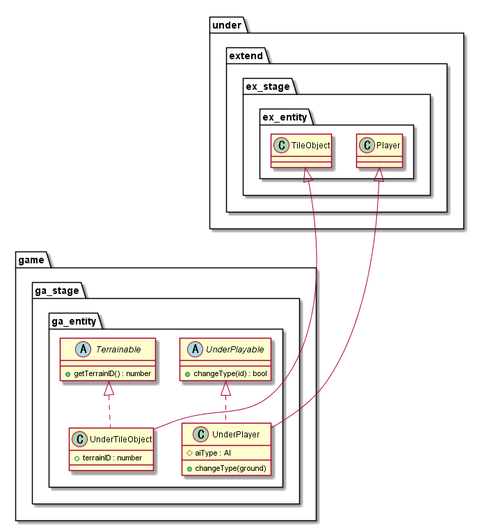
Earlier version of the PlantUML export out/uml/entity/Game/EntityGame.png (Expine/Under).
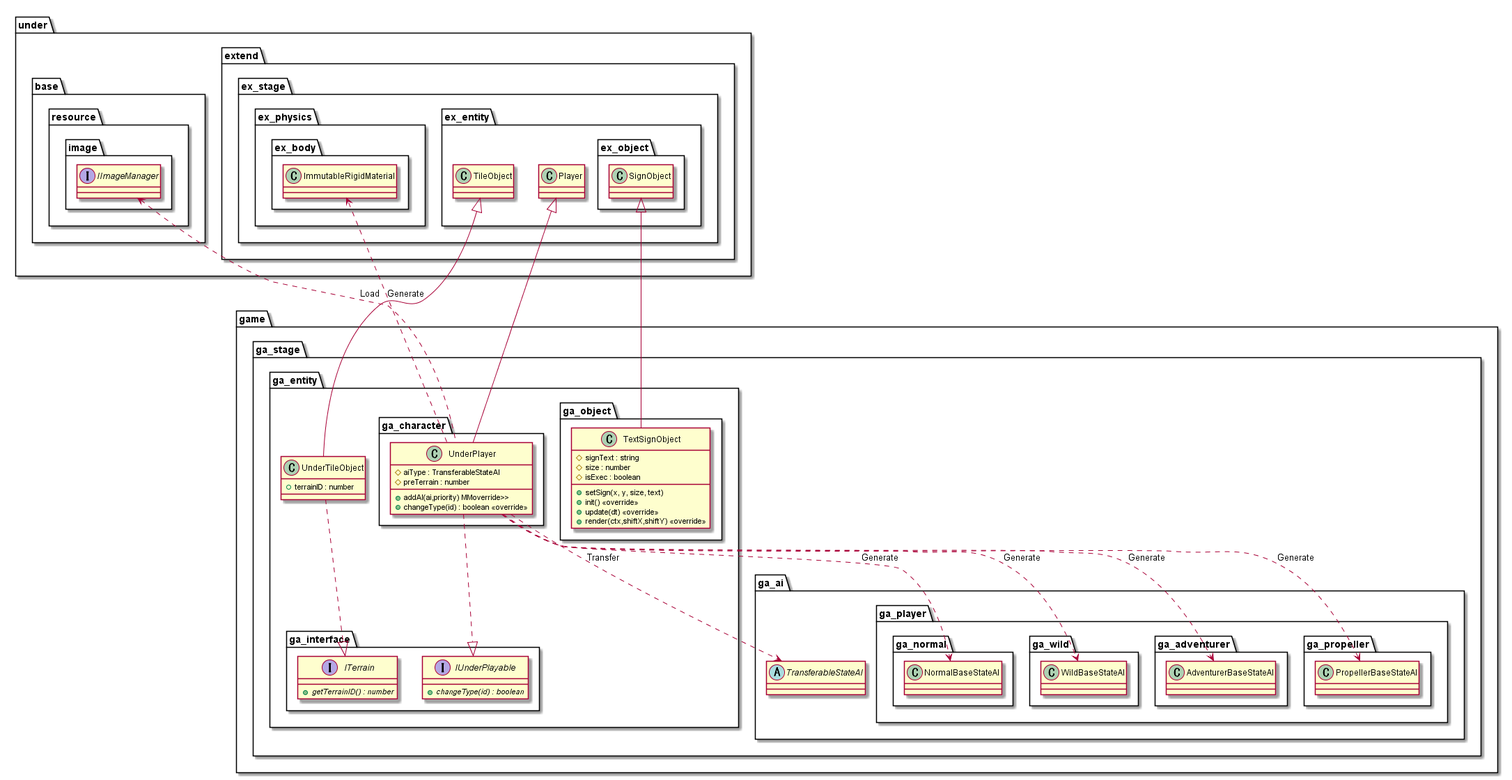
The same file after the commit.

The edit, as a diff of the source:
```diff
@@ -2,37 +2,100 @@
 package game {
     package ga_stage {
         package ga_entity {
-            class UnderPlayer {
-                #aiType : AI
-                +changeType(ground)
-            }
             class UnderTileObject {
                 +terrainID : number
             }
-            abstract UnderPlayable {
-                +changeType(id) : bool
+            package ga_character {
+                class UnderPlayer {
+                    #aiType : TransferableStateAI
+                    #preTerrain : number
+                    +addAI(ai,priority) MMoverride>>
+                    +changeType(id) : boolean <<override>>
+                }
             }
-            abstract Terrainable {
-                +getTerrainID() : number
+            package ga_object {
+                class TextSignObject {
+                    #signText : string
+                    #size : number
+                    #isExec : boolean
+                    +setSign(x, y, size, text)
+                    +init() <<override>>
+                    +update(dt) <<override>>
+                    +render(ctx,shiftX,shiftY) <<override>>
+                }
+            }
+            package ga_interface {
+                interface ITerrain {
+                    {abstract} +getTerrainID() : number
+                }
+                interface IUnderPlayable {
+                    {abstract} +changeType(id) : boolean
+                }
             }
         }
     }
 }
 
 package under {
+    package base {
+        package resource {
+            package image {
+                interface IImageManager
+            }
+        }
+    }
     package extend {
         package ex_stage {
             package ex_entity {
                 class TileObject
                 class Player
+                package ex_object {
+                    class SignObject
+                }
+            }
+            package ex_physics {
+                package ex_body {
+                    class ImmutableRigidMaterial
+                }
+            }
+        }
+    }
+}
+package game {
+    package ga_stage {
+        package ga_ai {
+            abstract TransferableStateAI
+            package ga_player {
+                package ga_normal {
+                    class NormalBaseStateAI
+                }
+                package ga_wild {
+                    class WildBaseStateAI
+                }
+                package ga_adventurer {
+                    class AdventurerBaseStateAI
+                }
+                package ga_propeller {
+                    class PropellerBaseStateAI
+                }
             }
         }
     }
 }
 
-Player <|---- UnderPlayer
-UnderPlayable <|.. UnderPlayer
-TileObject <|---- UnderTileObject
-Terrainable <|.. UnderTileObject
+UnderPlayer ..> WildBaseStateAI : Generate
+UnderPlayer ..> NormalBaseStateAI : Generate
+UnderPlayer ..> AdventurerBaseStateAI : Generate
+UnderPlayer ..> PropellerBaseStateAI : Generate
+UnderPlayer ..> ImmutableRigidMaterial : Generate
+UnderPlayer ..> TransferableStateAI : Transfer
+IImageManager <.. UnderPlayer : Load
+
+Player <|-- UnderPlayer
+UnderPlayer ..|> IUnderPlayable
+TileObject <|-- UnderTileObject
+UnderTileObject ..|> ITerrain
+
+SignObject <|-- TextSignObject
 
 @enduml
```
